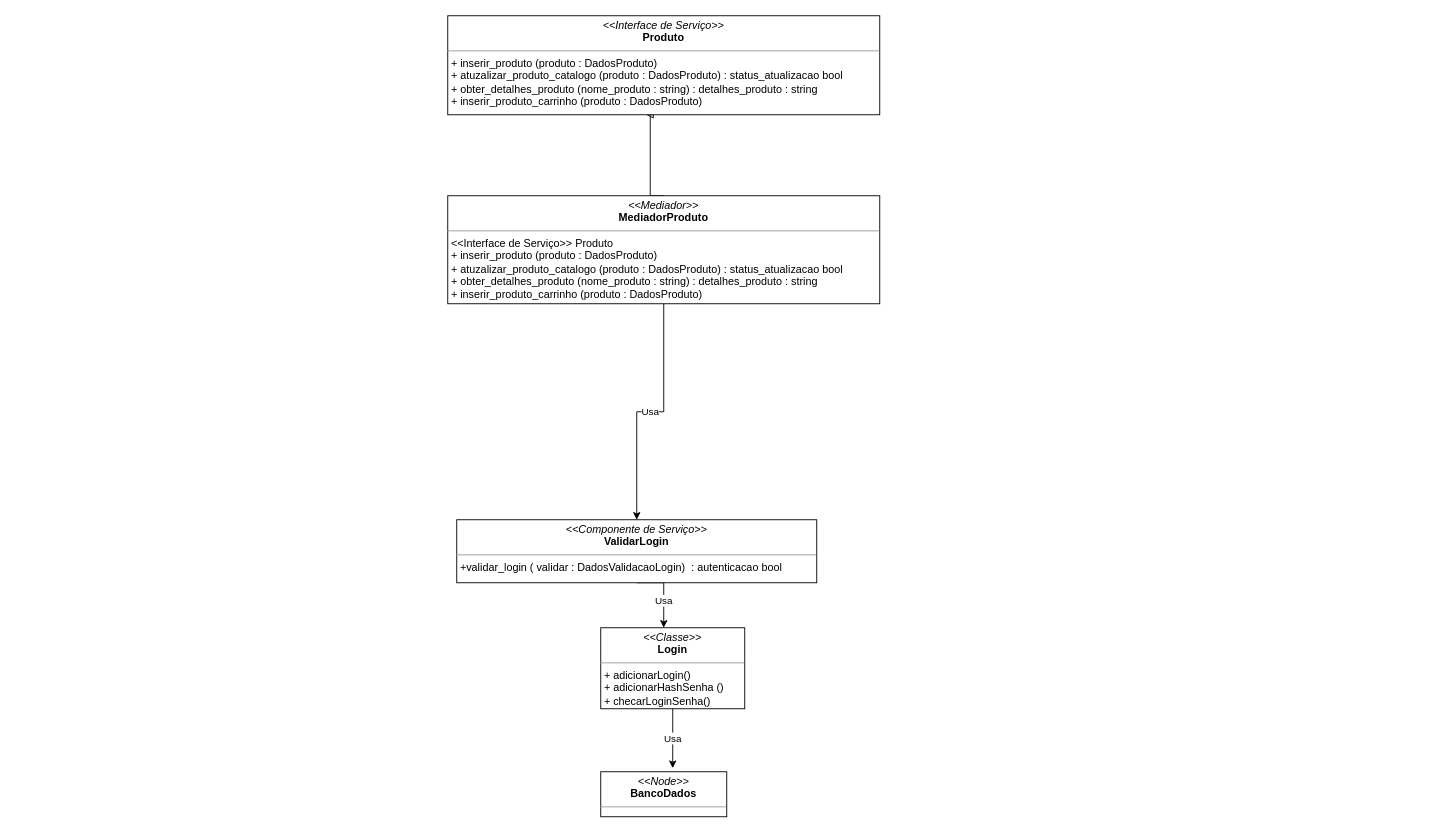
luca-moraes/projetoCorintoModelagem keeps this draw.io diagram as page "IntProdutoDiagramaRealizacaoServicosUML" (8 of 9) of DEC/DiagramaMensagensServicos.drawio. Above is the earlier version. Source tidied: cells renumbered, new cells numbered last; positions are measured from the earlier drawing's top-left corner, leaving out a move shared by most shapes. Both pictures are drawn from the tidied source at 90%, with x=0, y=0 at pixel (447, 15).
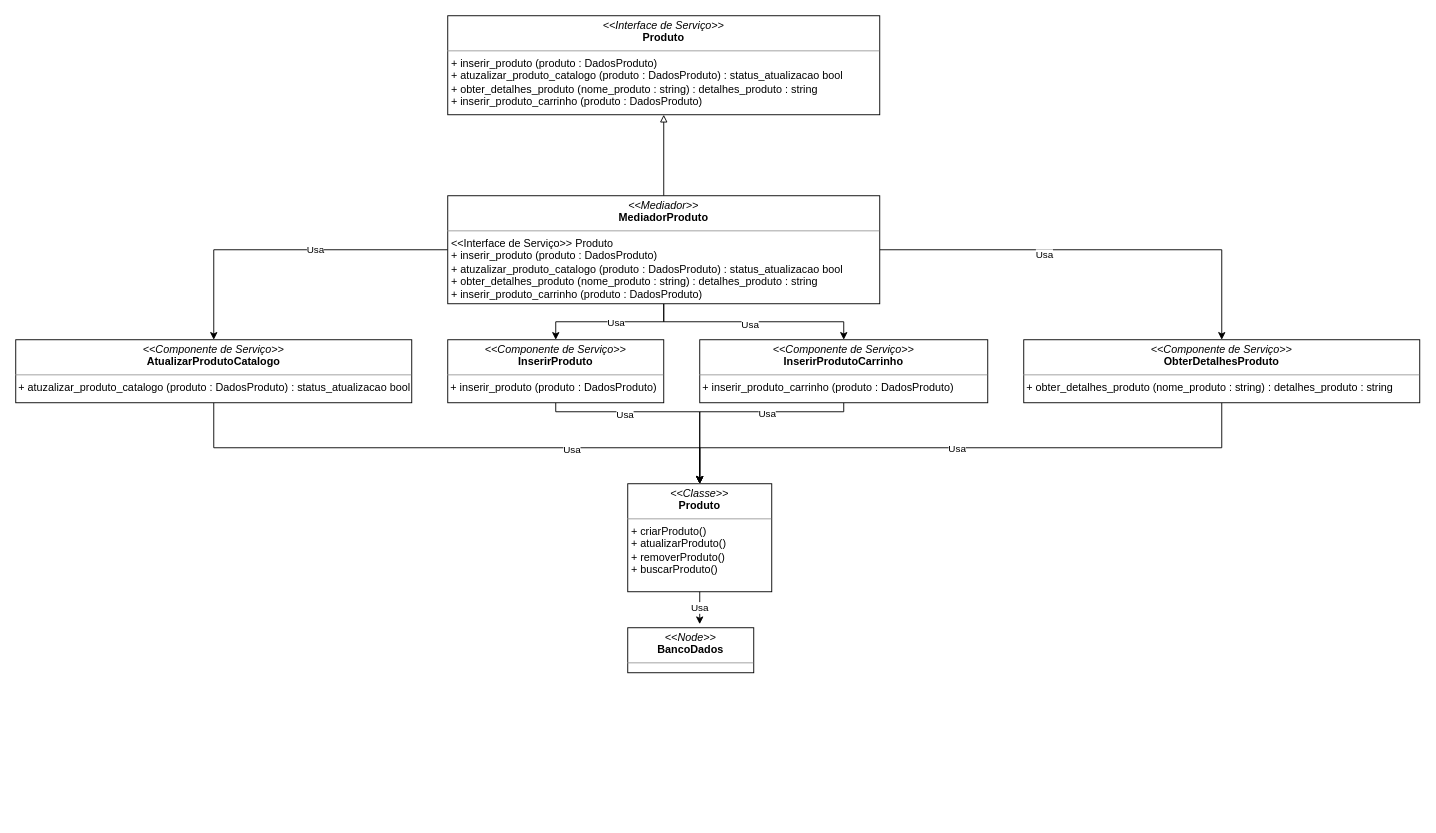
Above is the later version.

Unchanged cells that the change refers to:
```xml
<mxCell id="4" value="&lt;p style=&quot;margin:0px;margin-top:4px;text-align:center;&quot;&gt;&lt;i&gt;&amp;lt;&amp;lt;Mediador&amp;gt;&amp;gt;&lt;/i&gt;&lt;br&gt;&lt;b&gt;MediadorProduto&lt;/b&gt;&lt;/p&gt;&lt;hr size=&quot;1&quot;&gt;&lt;p style=&quot;margin:0px;margin-left:4px;&quot;&gt;&amp;lt;&amp;lt;Interface de Serviço&amp;gt;&amp;gt; Produto&lt;/p&gt;&lt;p style=&quot;border-color: var(--border-color); margin: 0px 0px 0px 4px;&quot;&gt;+ inserir_produto (produto : DadosProduto)&amp;nbsp;&lt;/p&gt;&lt;p style=&quot;border-color: var(--border-color); margin: 0px 0px 0px 4px;&quot;&gt;+ atuzalizar_produto_catalogo (produto : DadosProduto) : status_atualizacao bool&lt;/p&gt;&lt;p style=&quot;border-color: var(--border-color); margin: 0px 0px 0px 4px;&quot;&gt;+ obter_detalhes_produto (nome_produto : string) : detalhes_produto : string&lt;/p&gt;&lt;p style=&quot;border-color: var(--border-color); margin: 0px 0px 0px 4px;&quot;&gt;+ inserir_produto_carrinho (produto : DadosProduto)&lt;/p&gt;" style="verticalAlign=top;align=left;overflow=fill;fontSize=12;fontFamily=Helvetica;html=1;whiteSpace=wrap;" parent="1" vertex="1">
  <mxGeometry y="200" width="480" height="120" as="geometry" />
</mxCell>
<mxCell id="10" value="&lt;p style=&quot;margin:0px;margin-top:4px;text-align:center;&quot;&gt;&lt;i&gt;&amp;lt;&amp;lt;Interface de Serviço&amp;gt;&amp;gt;&lt;/i&gt;&lt;br&gt;&lt;b&gt;Produto&lt;/b&gt;&lt;/p&gt;&lt;hr size=&quot;1&quot;&gt;&lt;p style=&quot;margin:0px;margin-left:4px;&quot;&gt;+ inserir_produto (produto : DadosProduto)&amp;nbsp;&lt;/p&gt;&lt;p style=&quot;margin:0px;margin-left:4px;&quot;&gt;+ atuzalizar_produto_catalogo (produto : DadosProduto) : status_atualizacao bool&lt;/p&gt;&lt;p style=&quot;margin:0px;margin-left:4px;&quot;&gt;+ obter_detalhes_produto (nome_produto : string) : detalhes_produto : string&lt;/p&gt;&lt;p style=&quot;margin:0px;margin-left:4px;&quot;&gt;+ inserir_produto_carrinho (produto : DadosProduto)&lt;/p&gt;" style="verticalAlign=top;align=left;overflow=fill;fontSize=12;fontFamily=Helvetica;html=1;whiteSpace=wrap;" parent="1" vertex="1">
  <mxGeometry width="480" height="110" as="geometry" />
</mxCell>
```

The edit, as a diff of the source:
```diff
@@
-    <mxCell id="2" style="edgeStyle=orthogonalEdgeStyle;rounded=0;jettySize=auto;html=1;exitX=0.5;exitY=0;exitDx=0;exitDy=0;entryX=0.459;entryY=1;entryDx=0;entryDy=0;endArrow=block;endFill=0;entryPerimeter=0;" parent="1" edge="1" source="4" target="10">
-      <mxGeometry relative="1" as="geometry">
-        <Array as="points">
-          <mxPoint x="225" y="200" />
-        </Array>
-      </mxGeometry>
+    <mxCell id="2" style="edgeStyle=orthogonalEdgeStyle;rounded=0;jettySize=auto;html=1;endArrow=block;endFill=0;" parent="1" edge="1" source="4" target="10">
+      <mxGeometry relative="1" as="geometry" />
     </mxCell>
+    <mxCell id="11" style="edgeStyle=orthogonalEdgeStyle;rounded=0;jettySize=auto;html=1;entryX=0.5;entryY=0;entryDx=0;entryDy=0;" parent="1" edge="1" source="4" target="22">
+      <mxGeometry relative="1" as="geometry" />
+    </mxCell>
+    <mxCell id="12" value="Usa" style="edgeLabel;html=1;align=center;verticalAlign=middle;" parent="11" vertex="1">
+      <mxGeometry x="-0.18" y="-1" relative="1" as="geometry" />
+    </mxCell>
-    <mxCell id="3" value="Usa" style="edgeStyle=orthogonalEdgeStyle;rounded=0;jettySize=auto;html=1;exitX=0.5;exitY=1;exitDx=0;exitDy=0;entryX=0.5;entryY=0;entryDx=0;entryDy=0;" parent="1" edge="1" source="4" target="6">
+    <mxCell id="3" style="edgeStyle=orthogonalEdgeStyle;rounded=0;jettySize=auto;html=1;entryX=0.5;entryY=0;entryDx=0;entryDy=0;" parent="1" edge="1" source="4" target="6">
       <mxGeometry relative="1" as="geometry" />
     </mxCell>
+    <mxCell id="13" value="Usa" style="edgeLabel;html=1;align=center;verticalAlign=middle;" parent="3" vertex="1">
+      <mxGeometry x="-0.07" relative="1" as="geometry" />
+    </mxCell>
+    <mxCell id="14" style="edgeStyle=orthogonalEdgeStyle;rounded=0;jettySize=auto;html=1;" parent="1" edge="1" source="4" target="25">
+      <mxGeometry relative="1" as="geometry" />
+    </mxCell>
+    <mxCell id="15" value="Usa" style="edgeLabel;html=1;align=center;verticalAlign=middle;" parent="14" vertex="1">
+      <mxGeometry x="-0.04" y="-2" relative="1" as="geometry" />
+    </mxCell>
+    <mxCell id="16" style="edgeStyle=orthogonalEdgeStyle;rounded=0;jettySize=auto;html=1;entryX=0.5;entryY=0;entryDx=0;entryDy=0;" parent="1" edge="1" source="4" target="28">
+      <mxGeometry relative="1" as="geometry" />
+    </mxCell>
+    <mxCell id="17" value="Usa" style="edgeLabel;html=1;align=center;verticalAlign=middle;" parent="16" vertex="1">
+      <mxGeometry x="-0.24" y="-5" relative="1" as="geometry" />
+    </mxCell>
@@
-    <mxCell id="5" value="Usa" style="edgeStyle=orthogonalEdgeStyle;rounded=0;jettySize=auto;html=1;exitX=0.5;exitY=1;exitDx=0;exitDy=0;entryX=0.5;entryY=0;entryDx=0;entryDy=0;" parent="1" edge="1" source="6">
-      <mxGeometry x="0.25" relative="1" as="geometry">
-        <mxPoint x="240" y="680" as="targetPoint" />
-        <Array as="points">
-          <mxPoint x="240" y="630" />
-        </Array>
-      </mxGeometry>
-    </mxCell>
+    <mxCell id="18" style="edgeStyle=orthogonalEdgeStyle;rounded=0;jettySize=auto;html=1;entryX=0.5;entryY=0;entryDx=0;entryDy=0;" parent="1" edge="1" source="6" target="8">
+      <mxGeometry relative="1" as="geometry">
+        <Array as="points">
+          <mxPoint x="120" y="440" />
+          <mxPoint x="280" y="440" />
+        </Array>
+      </mxGeometry>
+    </mxCell>
+    <mxCell id="19" value="Usa" style="edgeLabel;html=1;align=center;verticalAlign=middle;" parent="18" vertex="1">
+      <mxGeometry x="-0.31" y="-1" relative="1" as="geometry">
+        <mxPoint y="1" as="offset" />
+      </mxGeometry>
+    </mxCell>
-    <mxCell id="6" value="&lt;p style=&quot;margin:0px;margin-top:4px;text-align:center;&quot;&gt;&lt;i&gt;&amp;lt;&amp;lt;Componente de Serviço&amp;gt;&amp;gt;&lt;/i&gt;&lt;br&gt;&lt;b&gt;ValidarLogin&lt;/b&gt;&lt;/p&gt;&lt;hr size=&quot;1&quot;&gt;&lt;p style=&quot;margin:0px;margin-left:4px;&quot;&gt;+validar_login ( validar : DadosValidacaoLogin)&amp;nbsp; : autenticacao bool&lt;br&gt;&lt;/p&gt;" style="verticalAlign=top;align=left;overflow=fill;fontSize=12;fontFamily=Helvetica;html=1;whiteSpace=wrap;" parent="1" vertex="1">
-      <mxGeometry x="10" y="560" width="400" height="70" as="geometry" />
+    <mxCell id="6" value="&lt;p style=&quot;margin:0px;margin-top:4px;text-align:center;&quot;&gt;&lt;i&gt;&amp;lt;&amp;lt;Componente de Serviço&amp;gt;&amp;gt;&lt;/i&gt;&lt;br&gt;&lt;b&gt;InserirProduto&lt;/b&gt;&lt;/p&gt;&lt;hr size=&quot;1&quot;&gt;&lt;p style=&quot;margin:0px;margin-left:4px;&quot;&gt;&lt;/p&gt;&amp;nbsp;+ inserir_produto (produto : DadosProduto)" style="verticalAlign=top;align=left;overflow=fill;fontSize=12;fontFamily=Helvetica;html=1;whiteSpace=wrap;" parent="1" vertex="1">
+      <mxGeometry y="360" width="240" height="70" as="geometry" />
     </mxCell>
     <mxCell id="7" value="&lt;p style=&quot;margin:0px;margin-top:4px;text-align:center;&quot;&gt;&lt;i&gt;&amp;lt;&amp;lt;Node&amp;gt;&amp;gt;&lt;/i&gt;&lt;br&gt;&lt;b&gt;BancoDados&lt;/b&gt;&lt;/p&gt;&lt;hr size=&quot;1&quot;&gt;&lt;p style=&quot;margin:0px;margin-left:4px;&quot;&gt;&lt;br&gt;&lt;/p&gt;" style="verticalAlign=top;align=left;overflow=fill;fontSize=12;fontFamily=Helvetica;html=1;whiteSpace=wrap;" parent="1" vertex="1">
-      <mxGeometry x="170" y="840" width="140" height="50" as="geometry" />
+      <mxGeometry x="200" y="680" width="140" height="50" as="geometry" />
     </mxCell>
-    <mxCell id="8" value="&lt;p style=&quot;margin:0px;margin-top:4px;text-align:center;&quot;&gt;&lt;i&gt;&amp;lt;&amp;lt;Classe&amp;gt;&amp;gt;&lt;/i&gt;&lt;br&gt;&lt;b&gt;Login&lt;/b&gt;&lt;/p&gt;&lt;hr size=&quot;1&quot;&gt;&lt;p style=&quot;margin:0px;margin-left:4px;&quot;&gt;&lt;span style=&quot;background-color: initial;&quot;&gt;+ adicionarLogin()&lt;/span&gt;&lt;/p&gt;&lt;p style=&quot;margin:0px;margin-left:4px;&quot;&gt;+ adicionarHashSenha ()&lt;/p&gt;&lt;p style=&quot;margin:0px;margin-left:4px;&quot;&gt;+ checarLoginSenha()&lt;/p&gt;" style="verticalAlign=top;align=left;overflow=fill;fontSize=12;fontFamily=Helvetica;html=1;whiteSpace=wrap;" parent="1" vertex="1">
-      <mxGeometry x="170" y="680" width="160" height="90" as="geometry" />
+    <mxCell id="8" value="&lt;p style=&quot;margin:0px;margin-top:4px;text-align:center;&quot;&gt;&lt;i&gt;&amp;lt;&amp;lt;Classe&amp;gt;&amp;gt;&lt;/i&gt;&lt;br&gt;&lt;b&gt;Produto&lt;/b&gt;&lt;/p&gt;&lt;hr size=&quot;1&quot;&gt;&lt;p style=&quot;margin:0px;margin-left:4px;&quot;&gt;&lt;span style=&quot;background-color: initial;&quot;&gt;+ criarProduto()&lt;/span&gt;&lt;/p&gt;&lt;p style=&quot;margin:0px;margin-left:4px;&quot;&gt;+ atualizarProduto()&lt;/p&gt;&lt;p style=&quot;margin:0px;margin-left:4px;&quot;&gt;+ removerProduto(&lt;span style=&quot;background-color: initial;&quot;&gt;)&lt;/span&gt;&lt;/p&gt;&lt;p style=&quot;margin:0px;margin-left:4px;&quot;&gt;&lt;span style=&quot;background-color: initial;&quot;&gt;+ buscarProduto()&lt;/span&gt;&lt;/p&gt;&lt;p style=&quot;margin:0px;margin-left:4px;&quot;&gt;&lt;br&gt;&lt;/p&gt;" style="verticalAlign=top;align=left;overflow=fill;fontSize=12;fontFamily=Helvetica;html=1;whiteSpace=wrap;" parent="1" vertex="1">
+      <mxGeometry x="200" y="520" width="160" height="120" as="geometry" />
     </mxCell>
@@
+    <mxCell id="20" style="edgeStyle=orthogonalEdgeStyle;rounded=0;jettySize=auto;html=1;entryX=0.5;entryY=0;entryDx=0;entryDy=0;" parent="1" edge="1" source="22" target="8">
+      <mxGeometry relative="1" as="geometry">
+        <Array as="points">
+          <mxPoint x="-260" y="480" />
+          <mxPoint x="280" y="480" />
+        </Array>
+      </mxGeometry>
+    </mxCell>
+    <mxCell id="21" value="Usa" style="edgeLabel;html=1;align=center;verticalAlign=middle;" parent="20" vertex="1">
+      <mxGeometry x="0.42" y="-1" relative="1" as="geometry" />
+    </mxCell>
+    <mxCell id="22" value="&lt;p style=&quot;margin:0px;margin-top:4px;text-align:center;&quot;&gt;&lt;i&gt;&amp;lt;&amp;lt;Componente de Serviço&amp;gt;&amp;gt;&lt;/i&gt;&lt;br&gt;&lt;b&gt;AtualizarProdutoCatalogo&lt;/b&gt;&lt;/p&gt;&lt;hr size=&quot;1&quot;&gt;&amp;nbsp;+ atuzalizar_produto_catalogo (produto : DadosProduto) : status_atualizacao bool&lt;p style=&quot;margin:0px;margin-left:4px;&quot;&gt;&lt;/p&gt;" style="verticalAlign=top;align=left;overflow=fill;fontSize=12;fontFamily=Helvetica;html=1;whiteSpace=wrap;" parent="1" vertex="1">
+      <mxGeometry x="-480" y="360" width="440" height="70" as="geometry" />
+    </mxCell>
+    <mxCell id="23" style="edgeStyle=orthogonalEdgeStyle;rounded=0;jettySize=auto;html=1;entryX=0.5;entryY=0;entryDx=0;entryDy=0;" parent="1" edge="1" source="25" target="8">
+      <mxGeometry relative="1" as="geometry">
+        <Array as="points">
+          <mxPoint x="440" y="440" />
+          <mxPoint x="280" y="440" />
+        </Array>
+      </mxGeometry>
+    </mxCell>
+    <mxCell id="24" value="Usa" style="edgeLabel;html=1;align=center;verticalAlign=middle;" parent="23" vertex="1">
+      <mxGeometry x="-0.23" y="1" relative="1" as="geometry" />
+    </mxCell>
+    <mxCell id="25" value="&lt;p style=&quot;margin:0px;margin-top:4px;text-align:center;&quot;&gt;&lt;i&gt;&amp;lt;&amp;lt;Componente de Serviço&amp;gt;&amp;gt;&lt;/i&gt;&lt;br&gt;&lt;b&gt;InserirProdutoCarrinho&lt;/b&gt;&lt;/p&gt;&lt;hr size=&quot;1&quot;&gt;&amp;nbsp;+ inserir_produto_carrinho (produto : DadosProduto)&lt;p style=&quot;margin:0px;margin-left:4px;&quot;&gt;&lt;/p&gt;" style="verticalAlign=top;align=left;overflow=fill;fontSize=12;fontFamily=Helvetica;html=1;whiteSpace=wrap;" parent="1" vertex="1">
+      <mxGeometry x="280" y="360" width="320" height="70" as="geometry" />
+    </mxCell>
+    <mxCell id="26" style="edgeStyle=orthogonalEdgeStyle;rounded=0;jettySize=auto;html=1;entryX=0.5;entryY=0;entryDx=0;entryDy=0;" parent="1" edge="1" source="28" target="8">
+      <mxGeometry relative="1" as="geometry">
+        <Array as="points">
+          <mxPoint x="860" y="480" />
+          <mxPoint x="280" y="480" />
+        </Array>
+      </mxGeometry>
+    </mxCell>
+    <mxCell id="27" value="Usa" style="edgeLabel;html=1;align=center;verticalAlign=middle;" parent="26" vertex="1">
+      <mxGeometry x="0.03" relative="1" as="geometry" />
+    </mxCell>
+    <mxCell id="28" value="&lt;p style=&quot;margin:0px;margin-top:4px;text-align:center;&quot;&gt;&lt;i&gt;&amp;lt;&amp;lt;Componente de Serviço&amp;gt;&amp;gt;&lt;/i&gt;&lt;br&gt;&lt;b&gt;ObterDetalhesProduto&lt;/b&gt;&lt;/p&gt;&lt;hr size=&quot;1&quot;&gt;&amp;nbsp;+ obter_detalhes_produto (nome_produto : string) : detalhes_produto : string&lt;br&gt;&lt;p style=&quot;margin:0px;margin-left:4px;&quot;&gt;&lt;/p&gt;" style="verticalAlign=top;align=left;overflow=fill;fontSize=12;fontFamily=Helvetica;html=1;whiteSpace=wrap;" parent="1" vertex="1">
+      <mxGeometry x="640" y="360" width="440" height="70" as="geometry" />
+    </mxCell>
```
